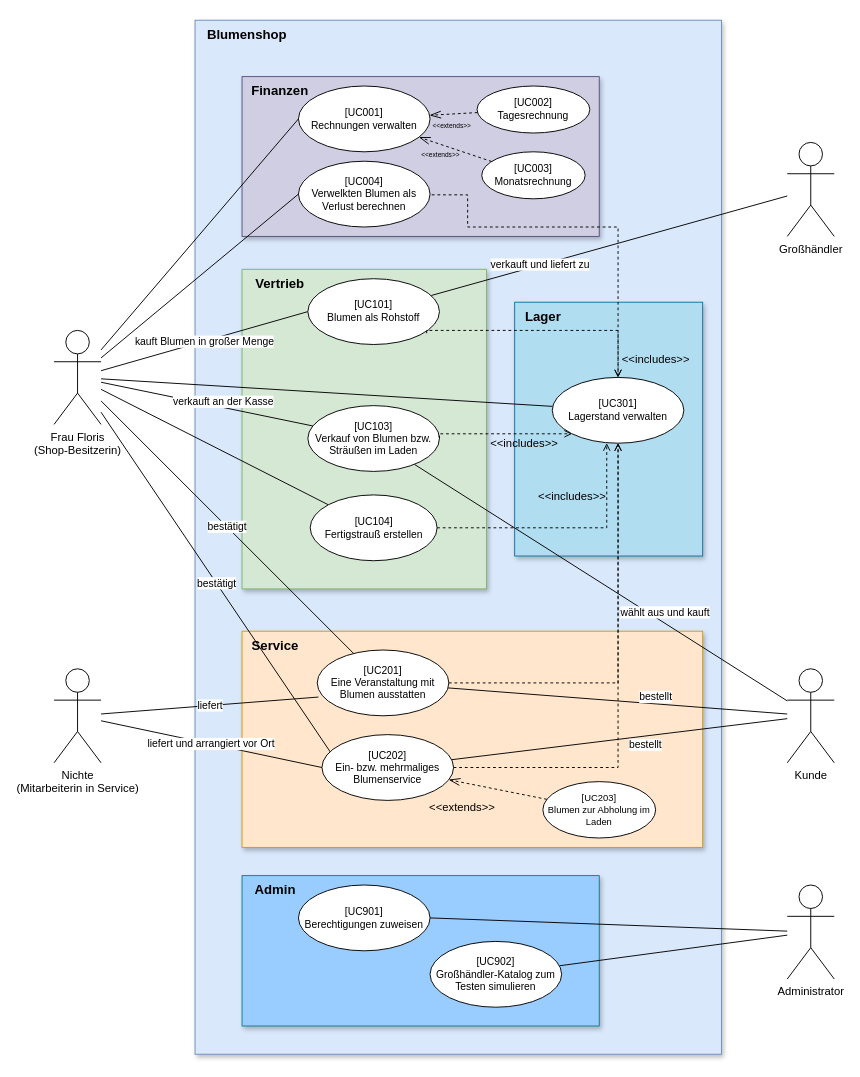
Above: src/main/asciidoc/models/analysis/usecases.drawio in mrEkso/Flower-Shop-Management-System (draw.io), before the change. Source tidied: cells renumbered, new cells numbered last; positions are measured from the earlier drawing's top-left corner, leaving out a move shared by most shapes. Both pictures are drawn from the tidied source at 94%, with x=0, y=0 at pixel (54, 20).
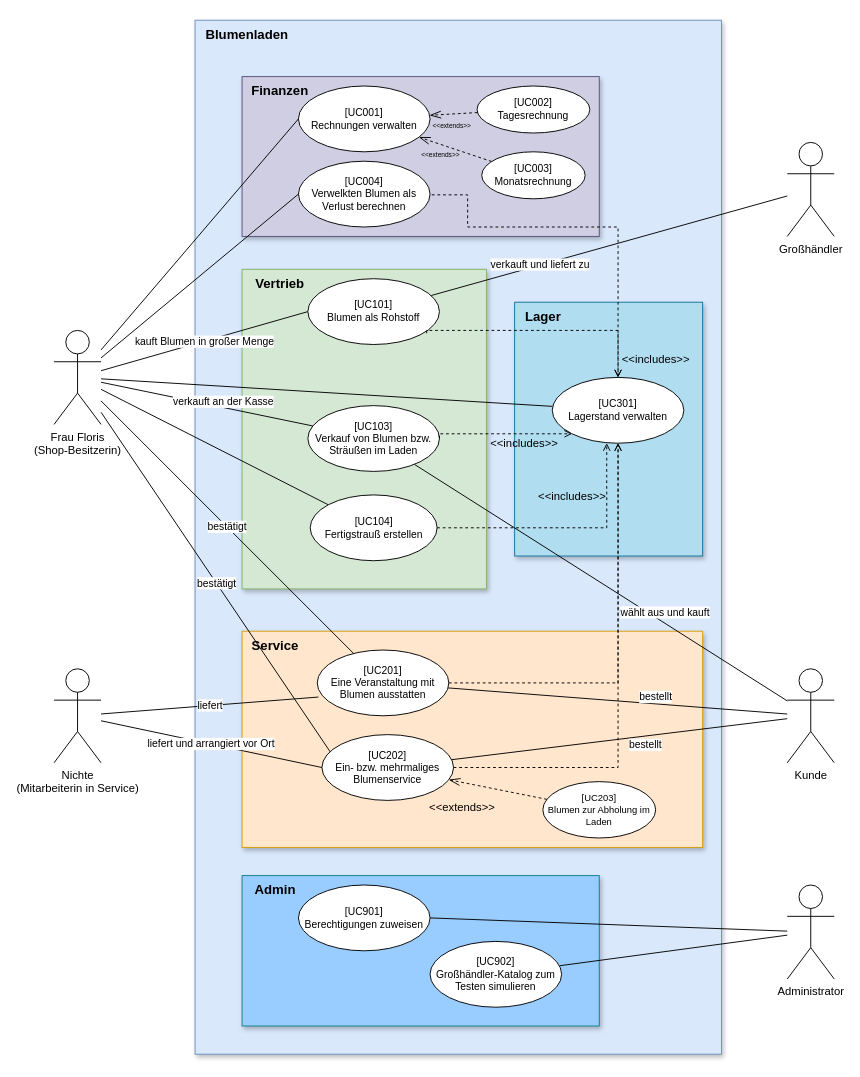
After the change.

The edit, as a diff of the source:
```diff
@@
-    <mxCell id="34" value="Blumenshop" style="text;html=1;align=center;verticalAlign=middle;strokeColor=none;fillColor=none;fontStyle=1;fontSize=14;" parent="1" vertex="1">
+    <mxCell id="34" value="Blumenladen" style="text;html=1;align=center;verticalAlign=middle;strokeColor=none;fillColor=none;fontStyle=1;fontSize=14;" parent="1" vertex="1">
       <mxGeometry x="150" width="110" height="30" as="geometry" />
     </mxCell>
```
